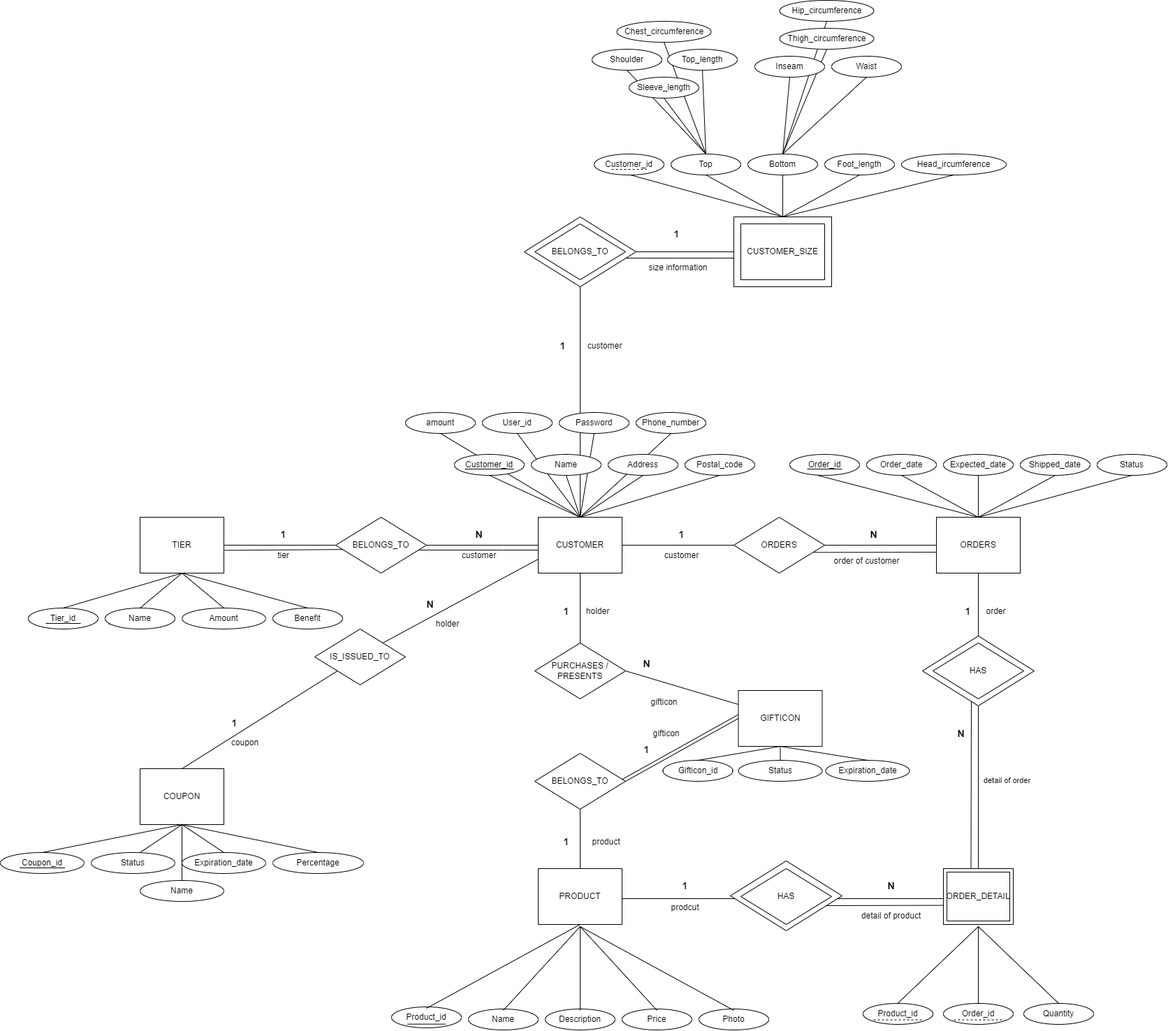
Earlier version of the draw.io export Phase_2/phase2_er_modeling.png (taegon98/COMP0322). Source tidied: cells renumbered, new cells last; positions are measured from the earlier drawing's top-left corner, leaving out a move shared by most shapes.
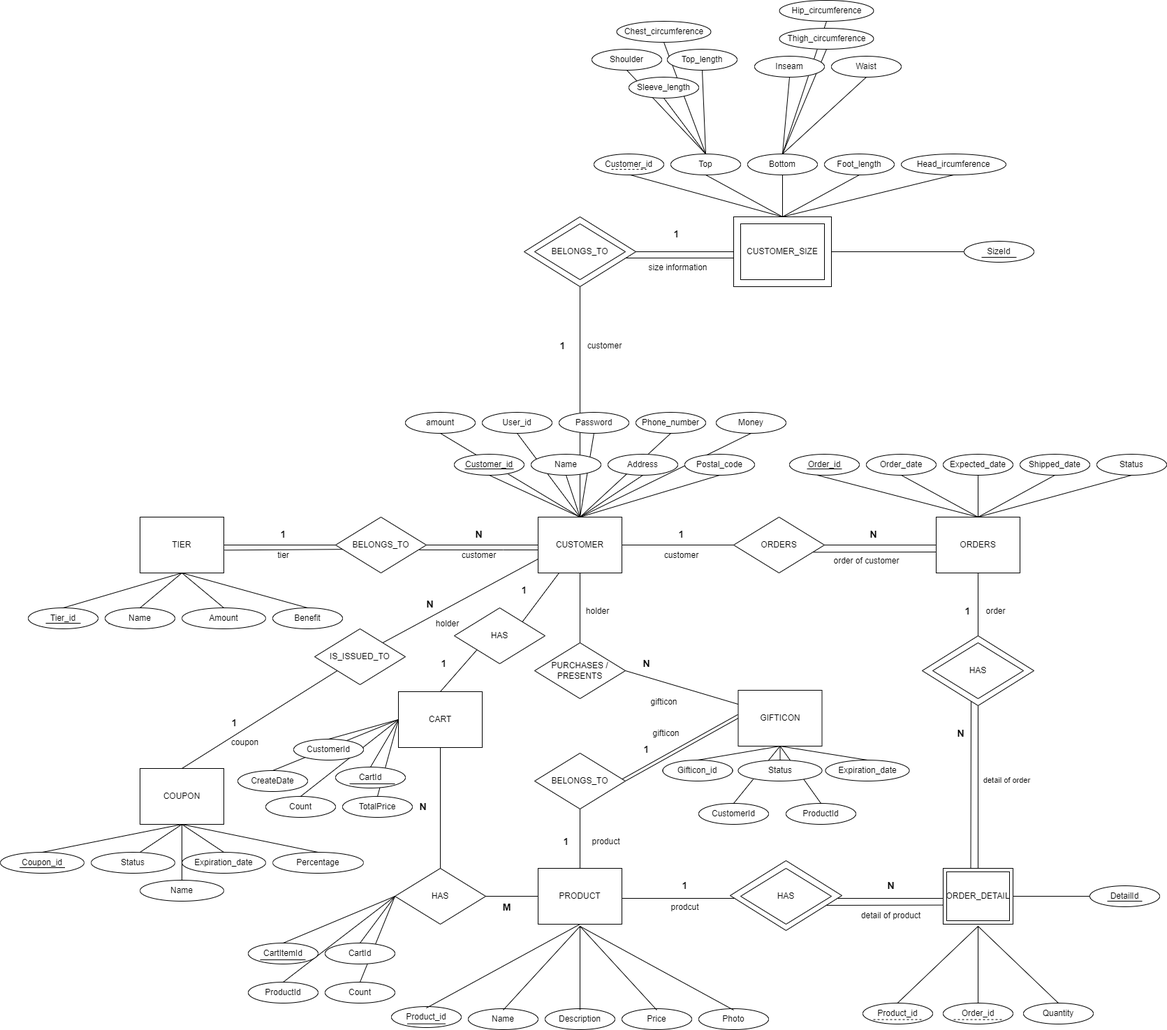
The same file after the commit.

Change to the diagram source:
```diff
@@ -2,6 +2,30 @@
   <root>
     <mxCell id="0" />
     <mxCell id="1" parent="0" />
+    <mxCell id="182" style="endArrow=none;html=1;rounded=0;entryX=0.5;entryY=1;entryDx=0;entryDy=0;exitX=0.5;exitY=0;exitDx=0;exitDy=0;" parent="1" edge="1" source="224" target="115">
+      <mxGeometry relative="1" as="geometry" />
+    </mxCell>
+    <mxCell id="183" style="endArrow=none;html=1;rounded=0;entryX=0.5;entryY=1;entryDx=0;entryDy=0;exitX=0.5;exitY=0;exitDx=0;exitDy=0;" parent="1" edge="1" source="223" target="115">
+      <mxGeometry relative="1" as="geometry" />
+    </mxCell>
+    <mxCell id="184" style="endArrow=none;html=1;rounded=0;exitX=0;exitY=0.5;exitDx=0;exitDy=0;entryX=0.5;entryY=0;entryDx=0;entryDy=0;" parent="1" edge="1" source="191" target="222">
+      <mxGeometry relative="1" as="geometry" />
+    </mxCell>
+    <mxCell id="185" style="endArrow=none;html=1;rounded=0;exitX=0;exitY=0.5;exitDx=0;exitDy=0;entryX=0.5;entryY=0;entryDx=0;entryDy=0;" parent="1" edge="1" source="191" target="221">
+      <mxGeometry relative="1" as="geometry" />
+    </mxCell>
+    <mxCell id="186" style="endArrow=none;html=1;rounded=0;entryX=0.5;entryY=1;entryDx=0;entryDy=0;exitX=0.5;exitY=0;exitDx=0;exitDy=0;" parent="1" edge="1" source="28" target="208">
+      <mxGeometry relative="1" as="geometry" />
+    </mxCell>
+    <mxCell id="187" style="endArrow=none;html=1;rounded=0;exitX=0;exitY=0.5;exitDx=0;exitDy=0;entryX=0.5;entryY=0;entryDx=0;entryDy=0;" parent="1" edge="1" source="190" target="207">
+      <mxGeometry relative="1" as="geometry" />
+    </mxCell>
+    <mxCell id="188" style="endArrow=none;html=1;rounded=0;exitX=0;exitY=0.5;exitDx=0;exitDy=0;entryX=0.5;entryY=0;entryDx=0;entryDy=0;" parent="1" edge="1" source="190" target="206">
+      <mxGeometry relative="1" as="geometry" />
+    </mxCell>
+    <mxCell id="189" style="endArrow=none;html=1;rounded=0;exitX=0;exitY=0.5;exitDx=0;exitDy=0;entryX=0.5;entryY=0;entryDx=0;entryDy=0;" parent="1" edge="1" source="190" target="205">
+      <mxGeometry relative="1" as="geometry" />
+    </mxCell>
     <mxCell id="2" style="endArrow=none;html=1;rounded=0;entryX=0.5;entryY=1;entryDx=0;entryDy=0;exitX=0.5;exitY=0;exitDx=0;exitDy=0;" parent="1" edge="1" source="28" target="180">
       <mxGeometry relative="1" as="geometry" />
     </mxCell>
@@ -443,7 +467,7 @@
       <mxGeometry relative="1" as="geometry" />
     </mxCell>
     <mxCell id="122" value="&lt;span style=&quot;font-size: 14px;&quot;&gt;&lt;b&gt;1&lt;/b&gt;&lt;/span&gt;" style="text;html=1;align=center;verticalAlign=middle;strokeColor=none;fillColor=none;" parent="1" vertex="1">
-      <mxGeometry x="795" y="860" width="30" height="30" as="geometry" />
+      <mxGeometry x="640" y="980" width="30" height="30" as="geometry" />
     </mxCell>
     <mxCell id="123" value="&lt;span style=&quot;font-size: 14px;&quot;&gt;&lt;b&gt;N&lt;/b&gt;&lt;/span&gt;" style="text;html=1;align=center;verticalAlign=middle;strokeColor=none;fillColor=none;" parent="1" vertex="1">
       <mxGeometry x="910" y="934.5" width="30" height="30" as="geometry" />
@@ -637,5 +661,122 @@
     <mxCell id="181" style="endArrow=none;html=1;rounded=0;entryX=-0.004;entryY=0.435;entryDx=0;entryDy=0;exitX=0.965;exitY=0.464;exitDx=0;exitDy=0;entryPerimeter=0;exitPerimeter=0;" parent="1" edge="1" source="173" target="115">
       <mxGeometry relative="1" as="geometry" />
     </mxCell>
+    <mxCell id="190" value="CART" style="rounded=0;whiteSpace=wrap;html=1;" parent="1" vertex="1">
+      <mxGeometry x="570" y="990" width="120" height="80" as="geometry" />
+    </mxCell>
+    <mxCell id="191" value="HAS" style="rhombus;whiteSpace=wrap;html=1;" parent="1" vertex="1">
+      <mxGeometry x="565" y="1243" width="130" height="80" as="geometry" />
+    </mxCell>
+    <mxCell id="192" style="endArrow=none;html=1;rounded=0;entryX=0.5;entryY=1;entryDx=0;entryDy=0;exitX=0.5;exitY=0;exitDx=0;exitDy=0;" parent="1" edge="1" source="191" target="190">
+      <mxGeometry relative="1" as="geometry" />
+    </mxCell>
+    <mxCell id="193" style="endArrow=none;html=1;rounded=0;entryX=0;entryY=0.5;entryDx=0;entryDy=0;exitX=1;exitY=0.5;exitDx=0;exitDy=0;" parent="1" edge="1" source="191" target="39">
+      <mxGeometry relative="1" as="geometry" />
+    </mxCell>
+    <mxCell id="194" value="&lt;span style=&quot;font-size: 14px;&quot;&gt;&lt;b&gt;N&lt;/b&gt;&lt;/span&gt;" style="text;html=1;align=center;verticalAlign=middle;strokeColor=none;fillColor=none;" parent="1" vertex="1">
+      <mxGeometry x="590" y="1140" width="30" height="30" as="geometry" />
+    </mxCell>
+    <mxCell id="195" value="&lt;span style=&quot;font-size: 14px;&quot;&gt;&lt;b&gt;M&lt;/b&gt;&lt;/span&gt;" style="text;html=1;align=center;verticalAlign=middle;strokeColor=none;fillColor=none;" parent="1" vertex="1">
+      <mxGeometry x="705" y="1284" width="40" height="30" as="geometry" />
+    </mxCell>
+    <mxCell id="196" value="HAS" style="rhombus;whiteSpace=wrap;html=1;" parent="1" vertex="1">
+      <mxGeometry x="650" y="870" width="130" height="80" as="geometry" />
+    </mxCell>
+    <mxCell id="197" style="endArrow=none;html=1;rounded=0;entryX=0.25;entryY=1;entryDx=0;entryDy=0;exitX=1;exitY=0;exitDx=0;exitDy=0;" parent="1" edge="1" source="196" target="28">
+      <mxGeometry relative="1" as="geometry" />
+    </mxCell>
+    <mxCell id="198" style="endArrow=none;html=1;rounded=0;entryX=0;entryY=1;entryDx=0;entryDy=0;exitX=0.5;exitY=0;exitDx=0;exitDy=0;" parent="1" edge="1" source="190" target="196">
+      <mxGeometry relative="1" as="geometry" />
+    </mxCell>
+    <mxCell id="199" value="&lt;font style=&quot;font-size: 14px;&quot;&gt;&lt;b&gt;1&lt;/b&gt;&lt;/font&gt;" style="text;html=1;align=center;verticalAlign=middle;strokeColor=none;fillColor=none;" parent="1" vertex="1">
+      <mxGeometry x="735" y="830" width="30" height="30" as="geometry" />
+    </mxCell>
+    <mxCell id="200" value="&lt;font style=&quot;font-size: 14px;&quot;&gt;&lt;b&gt;1&lt;/b&gt;&lt;/font&gt;" style="text;html=1;align=center;verticalAlign=middle;strokeColor=none;fillColor=none;" parent="1" vertex="1">
+      <mxGeometry x="620" y="934.5" width="30" height="30" as="geometry" />
+    </mxCell>
+    <mxCell id="201" style="endArrow=none;html=1;rounded=0;exitX=0;exitY=0.5;exitDx=0;exitDy=0;entryX=0.5;entryY=0;entryDx=0;entryDy=0;" parent="1" edge="1" source="190" target="202">
+      <mxGeometry relative="1" as="geometry" />
+    </mxCell>
+    <mxCell id="202" value="CartId" style="ellipse;whiteSpace=wrap;html=1;" parent="1" vertex="1">
+      <mxGeometry x="480" y="1098" width="100" height="30" as="geometry" />
+    </mxCell>
+    <mxCell id="203" style="endArrow=none;html=1;rounded=0;exitX=0;exitY=0.5;exitDx=0;exitDy=0;entryX=0.5;entryY=0;entryDx=0;entryDy=0;" parent="1" edge="1" source="190" target="204">
+      <mxGeometry relative="1" as="geometry" />
+    </mxCell>
+    <mxCell id="204" value="CustomerId" style="ellipse;whiteSpace=wrap;html=1;" parent="1" vertex="1">
+      <mxGeometry x="420" y="1058" width="100" height="30" as="geometry" />
+    </mxCell>
+    <mxCell id="205" value="TotalPrice" style="ellipse;whiteSpace=wrap;html=1;" parent="1" vertex="1">
+      <mxGeometry x="490" y="1140" width="100" height="30" as="geometry" />
+    </mxCell>
+    <mxCell id="206" value="Count" style="ellipse;whiteSpace=wrap;html=1;" parent="1" vertex="1">
+      <mxGeometry x="380" y="1140" width="100" height="30" as="geometry" />
+    </mxCell>
+    <mxCell id="207" value="CreateDate" style="ellipse;whiteSpace=wrap;html=1;" parent="1" vertex="1">
+      <mxGeometry x="340" y="1103" width="100" height="30" as="geometry" />
+    </mxCell>
+    <mxCell id="208" value="Money" style="ellipse;whiteSpace=wrap;html=1;" parent="1" vertex="1">
+      <mxGeometry x="1025" y="590" width="100" height="30" as="geometry" />
+    </mxCell>
+    <mxCell id="209" value="DetailId" style="ellipse;whiteSpace=wrap;html=1;" parent="1" vertex="1">
+      <mxGeometry x="1560" y="1268" width="100" height="30" as="geometry" />
+    </mxCell>
+    <mxCell id="210" style="endArrow=none;html=1;rounded=0;entryX=0;entryY=0.5;entryDx=0;entryDy=0;exitX=1;exitY=0.5;exitDx=0;exitDy=0;" parent="1" edge="1" source="106" target="209">
+      <mxGeometry relative="1" as="geometry" />
+    </mxCell>
+    <mxCell id="211" style="endArrow=none;html=1;rounded=0;" parent="1" edge="1">
+      <mxGeometry relative="1" as="geometry">
+        <mxPoint x="1585" y="1290" as="sourcePoint" />
+        <mxPoint x="1635" y="1290" as="targetPoint" />
+      </mxGeometry>
+    </mxCell>
+    <mxCell id="212" value="SizeId" style="ellipse;whiteSpace=wrap;html=1;" parent="1" vertex="1">
+      <mxGeometry x="1380" y="345" width="100" height="30" as="geometry" />
+    </mxCell>
+    <mxCell id="213" style="endArrow=none;html=1;rounded=0;entryX=1;entryY=0.5;entryDx=0;entryDy=0;exitX=0;exitY=0.5;exitDx=0;exitDy=0;" parent="1" edge="1" source="212" target="23">
+      <mxGeometry relative="1" as="geometry" />
+    </mxCell>
+    <mxCell id="214" style="endArrow=none;html=1;rounded=0;" parent="1" edge="1">
+      <mxGeometry relative="1" as="geometry">
+        <mxPoint x="1405" y="368" as="sourcePoint" />
+        <mxPoint x="1455" y="368" as="targetPoint" />
+      </mxGeometry>
+    </mxCell>
+    <mxCell id="215" style="endArrow=none;html=1;rounded=0;exitX=0;exitY=0.5;exitDx=0;exitDy=0;entryX=0.5;entryY=0;entryDx=0;entryDy=0;" parent="1" edge="1" source="191" target="216">
+      <mxGeometry relative="1" as="geometry" />
+    </mxCell>
+    <mxCell id="216" value="CartItemId" style="ellipse;whiteSpace=wrap;html=1;" parent="1" vertex="1">
+      <mxGeometry x="355" y="1350" width="100" height="30" as="geometry" />
+    </mxCell>
+    <mxCell id="217" style="endArrow=none;html=1;rounded=0;" parent="1" edge="1">
+      <mxGeometry relative="1" as="geometry">
+        <mxPoint x="500" y="1122" as="sourcePoint" />
+        <mxPoint x="565" y="1122" as="targetPoint" />
+      </mxGeometry>
+    </mxCell>
+    <mxCell id="218" style="endArrow=none;html=1;rounded=0;" parent="1" edge="1">
+      <mxGeometry relative="1" as="geometry">
+        <mxPoint x="372" y="1374" as="sourcePoint" />
+        <mxPoint x="437" y="1374" as="targetPoint" />
+      </mxGeometry>
+    </mxCell>
+    <mxCell id="219" style="endArrow=none;html=1;rounded=0;exitX=0;exitY=0.5;exitDx=0;exitDy=0;entryX=0.5;entryY=0;entryDx=0;entryDy=0;" parent="1" edge="1" source="191" target="220">
+      <mxGeometry relative="1" as="geometry" />
+    </mxCell>
+    <mxCell id="220" value="CartId" style="ellipse;whiteSpace=wrap;html=1;" parent="1" vertex="1">
+      <mxGeometry x="465" y="1350" width="100" height="30" as="geometry" />
+    </mxCell>
+    <mxCell id="221" value="ProductId" style="ellipse;whiteSpace=wrap;html=1;" parent="1" vertex="1">
+      <mxGeometry x="355" y="1406" width="100" height="30" as="geometry" />
+    </mxCell>
+    <mxCell id="222" value="Count" style="ellipse;whiteSpace=wrap;html=1;" parent="1" vertex="1">
+      <mxGeometry x="465" y="1406" width="100" height="30" as="geometry" />
+    </mxCell>
+    <mxCell id="223" value="CustomerId" style="ellipse;whiteSpace=wrap;html=1;" parent="1" vertex="1">
+      <mxGeometry x="1000" y="1150" width="100" height="30" as="geometry" />
+    </mxCell>
+    <mxCell id="224" value="ProductId" style="ellipse;whiteSpace=wrap;html=1;" parent="1" vertex="1">
+      <mxGeometry x="1125" y="1150" width="100" height="30" as="geometry" />
+    </mxCell>
   </root>
 </mxGraphModel>
```
